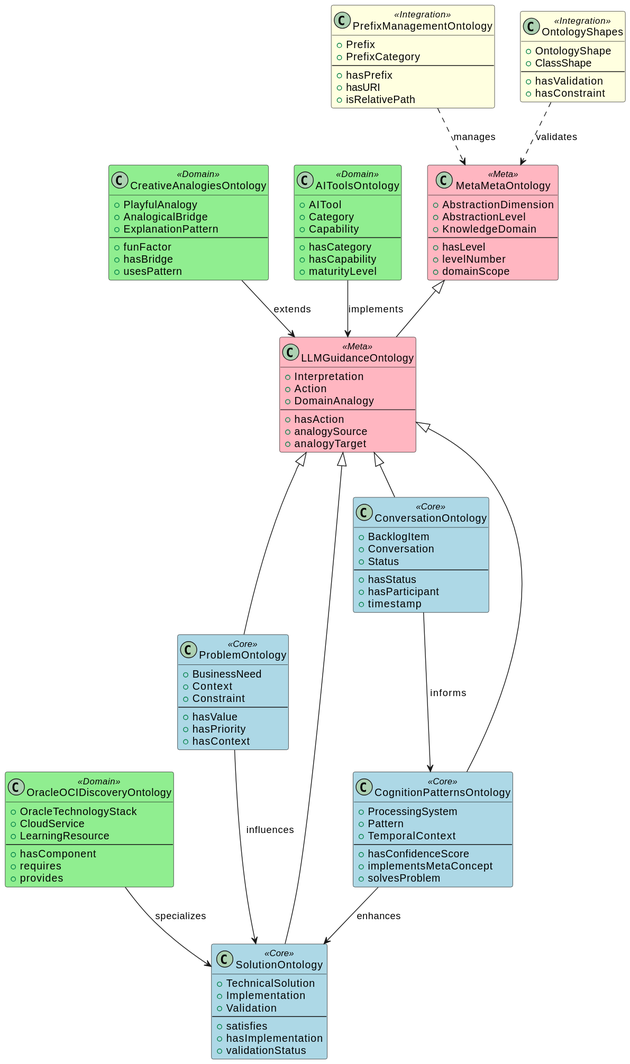
This is ontology-framework.svg from louspringer/ontology-framework, a PlantUML export, as it was before one commit.
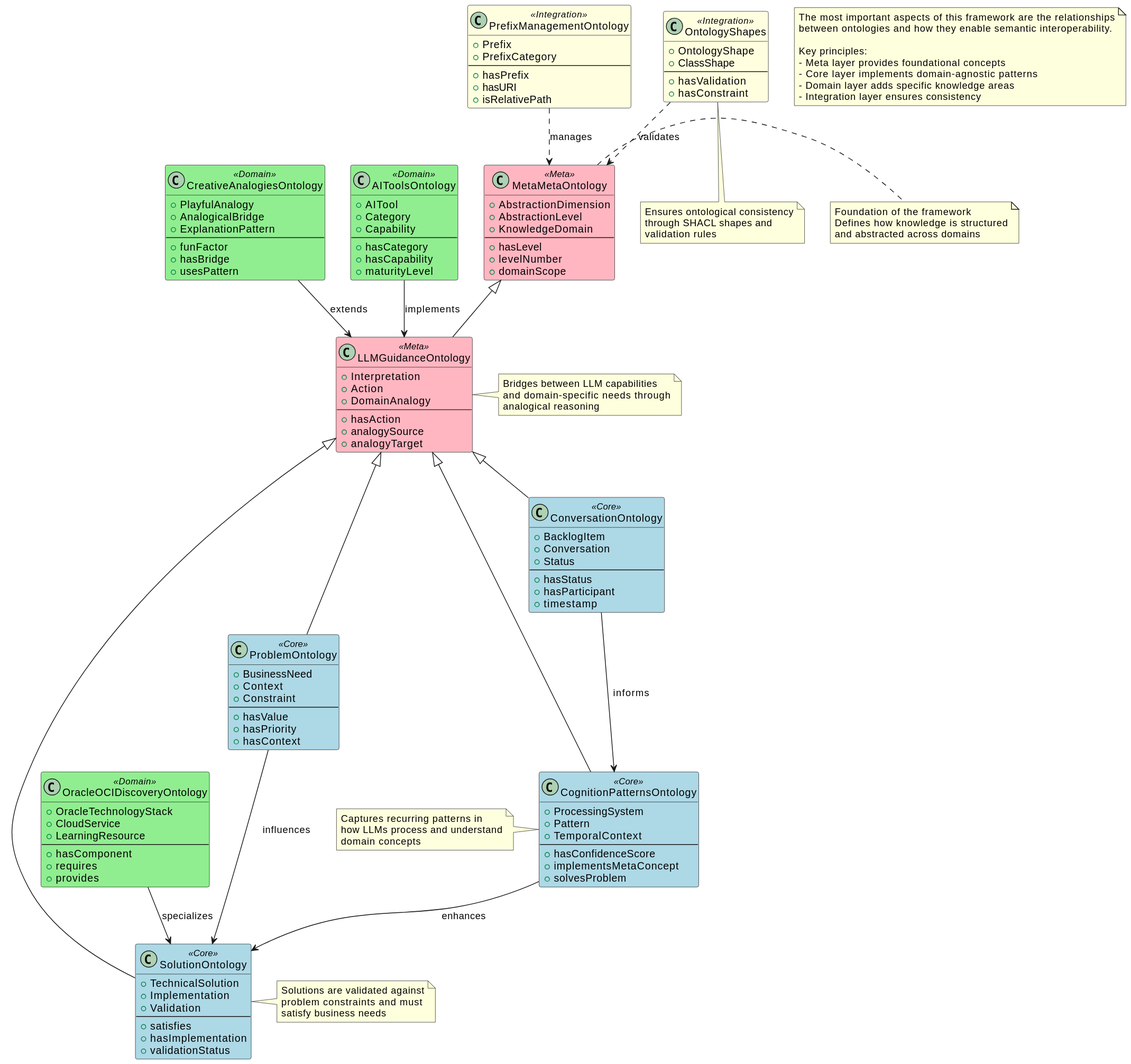
The same file after the commit.

Commit message:
💝 Add explanatory notes to architecture diagram

- Add overview note explaining key principles\n- Add specific notes for critical components\n- Emphasize relationships and semantic interoperability\n- Channel Booch's wisdom: 'The most important part of UML is the notes' ❤️

The edit, as a diff of the source:
```diff
@@ -6,6 +6,17 @@
     BackgroundColor<<Base>> LightGray
     BackgroundColor<<Integration>> LightYellow
 }
+
+note as N1
+  The most important aspects of this framework are the relationships
+  between ontologies and how they enable semantic interoperability.
+
+  Key principles:
+  - Meta layer provides foundational concepts
+  - Core layer implements domain-agnostic patterns
+  - Domain layer adds specific knowledge areas
+  - Integration layer ensures consistency
+end note
 
 class MetaMetaOntology <<Meta>> {
     + AbstractionDimension
@@ -17,6 +28,12 @@
     + domainScope
 }
 
+note right of MetaMetaOntology
+  Foundation of the framework
+  Defines how knowledge is structured
+  and abstracted across domains
+end note
+
 class LLMGuidanceOntology <<Meta>> {
     + Interpretation
     + Action
@@ -26,6 +43,12 @@
     + analogySource
     + analogyTarget
 }
+
+note right of LLMGuidanceOntology
+  Bridges between LLM capabilities
+  and domain-specific needs through
+  analogical reasoning
+end note
 
 class ProblemOntology <<Core>> {
     + BusinessNeed
@@ -47,6 +70,12 @@
     + validationStatus
 }
 
+note right of SolutionOntology
+  Solutions are validated against
+  problem constraints and must
+  satisfy business needs
+end note
+
 class ConversationOntology <<Core>> {
     + BacklogItem
     + Conversation
@@ -66,6 +95,12 @@
     + implementsMetaConcept
     + solvesProblem
 }
+
+note left of CognitionPatternsOntology
+  Captures recurring patterns in
+  how LLMs process and understand
+  domain concepts
+end note
 
 class CreativeAnalogiesOntology <<Domain>> {
     + PlayfulAnalogy
@@ -114,6 +149,12 @@
     + hasConstraint
 }
 
+note bottom of OntologyShapes
+  Ensures ontological consistency
+  through SHACL shapes and
+  validation rules
+end note
+
 MetaMetaOntology <|-- LLMGuidanceOntology
 LLMGuidanceOntology <|-- ProblemOntology
 LLMGuidanceOntology <|-- SolutionOntology
```
